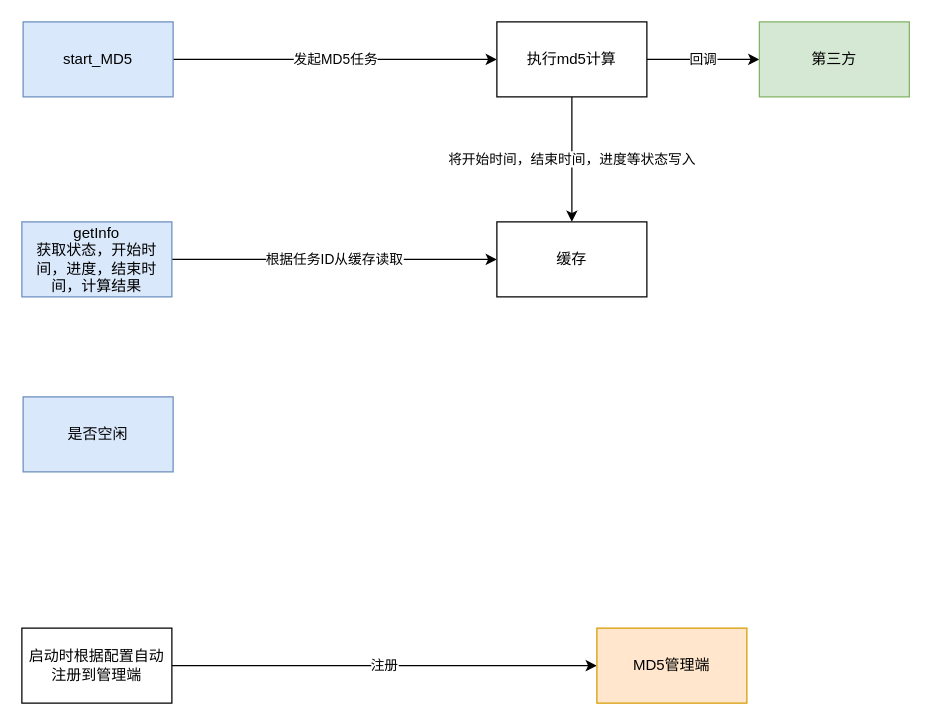
Before: page "MD5执行端" (1 of 3) of md5.drawio in yzykami/MD5_draw, a draw.io diagram. Source tidied: cells renumbered, new cells numbered last; positions are measured from the earlier drawing's top-left corner, leaving out a move shared by most shapes. Both pictures are drawn from the tidied source at 125%, with x=0, y=0 at pixel (21, 21).
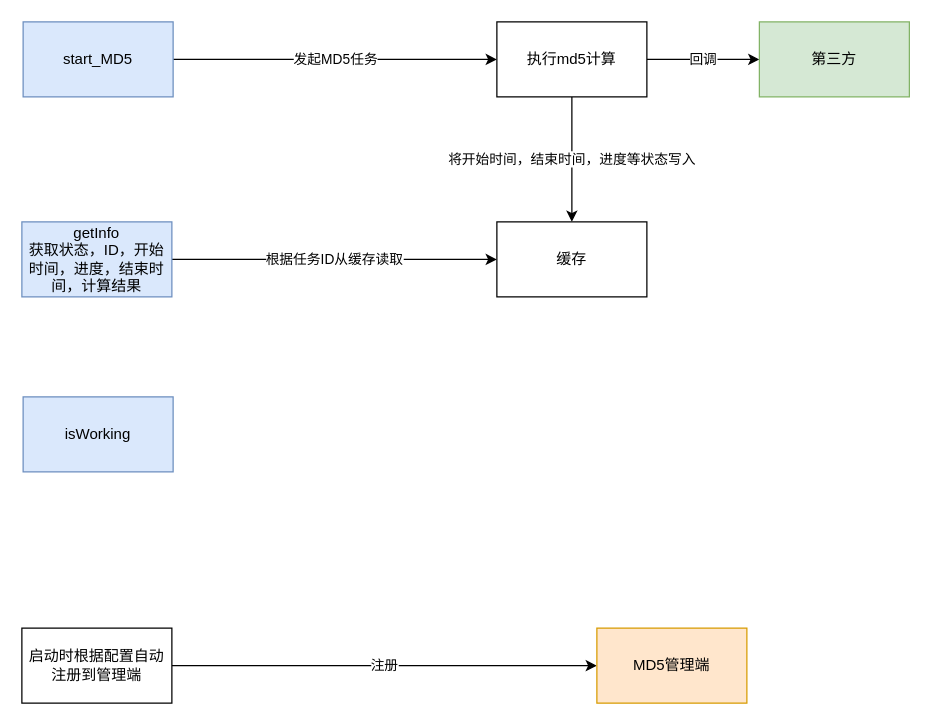
Above is the later version.

Diff of the diagram source:
```diff
@@
 <mxGraphModel>
   <root>
     <mxCell id="0" />
     <mxCell id="1" parent="0" />
     <mxCell id="2" value="发起MD5任务" style="edgeStyle=orthogonalEdgeStyle;rounded=0;jettySize=auto;html=1;entryX=0;entryY=0.5;entryDx=0;entryDy=0;" parent="1" edge="1" source="3" target="8">
       <mxGeometry relative="1" as="geometry" />
     </mxCell>
     <mxCell id="3" value="start_MD5" style="rounded=0;whiteSpace=wrap;html=1;fillColor=#dae8fc;strokeColor=#6c8ebf;" parent="1" vertex="1">
       <mxGeometry x="1" width="120" height="60" as="geometry" />
     </mxCell>
     <mxCell id="4" value="根据任务ID从缓存读取" style="edgeStyle=orthogonalEdgeStyle;rounded=0;jettySize=auto;html=1;" parent="1" edge="1" source="5" target="9">
       <mxGeometry relative="1" as="geometry" />
     </mxCell>
-    <mxCell id="5" value="getInfo&lt;br&gt;获取状态，开始时间，进度，结束时间，计算结果" style="rounded=0;whiteSpace=wrap;html=1;fillColor=#dae8fc;strokeColor=#6c8ebf;" parent="1" vertex="1">
+    <mxCell id="5" value="getInfo&lt;br&gt;获取状态，ID，开始时间，进度，结束时间，计算结果" style="rounded=0;whiteSpace=wrap;html=1;fillColor=#dae8fc;strokeColor=#6c8ebf;" parent="1" vertex="1">
       <mxGeometry y="160" width="120" height="60" as="geometry" />
     </mxCell>
     <mxCell id="6" value="将开始时间，结束时间，进度等状态写入" style="edgeStyle=orthogonalEdgeStyle;rounded=0;jettySize=auto;html=1;entryX=0.5;entryY=0;entryDx=0;entryDy=0;" parent="1" edge="1" source="8" target="9">
       <mxGeometry relative="1" as="geometry" />
     </mxCell>
     <mxCell id="7" value="回调" style="edgeStyle=orthogonalEdgeStyle;rounded=0;jettySize=auto;html=1;" parent="1" edge="1" source="8" target="10">
       <mxGeometry relative="1" as="geometry" />
     </mxCell>
     <mxCell id="8" value="执行md5计算" style="rounded=0;whiteSpace=wrap;html=1;" parent="1" vertex="1">
       <mxGeometry x="380" width="120" height="60" as="geometry" />
     </mxCell>
     <mxCell id="9" value="缓存" style="rounded=0;whiteSpace=wrap;html=1;" parent="1" vertex="1">
       <mxGeometry x="380" y="160" width="120" height="60" as="geometry" />
     </mxCell>
     <mxCell id="10" value="第三方" style="rounded=0;whiteSpace=wrap;html=1;fillColor=#d5e8d4;strokeColor=#82b366;" parent="1" vertex="1">
       <mxGeometry x="590" width="120" height="60" as="geometry" />
     </mxCell>
-    <mxCell id="11" value="是否空闲" style="rounded=0;whiteSpace=wrap;html=1;fillColor=#dae8fc;strokeColor=#6c8ebf;" parent="1" vertex="1">
+    <mxCell id="11" value="isWorking" style="rounded=0;whiteSpace=wrap;html=1;fillColor=#dae8fc;strokeColor=#6c8ebf;" parent="1" vertex="1">
       <mxGeometry x="1" y="300" width="120" height="60" as="geometry" />
     </mxCell>
     <mxCell id="12" value="注册" style="edgeStyle=orthogonalEdgeStyle;rounded=0;jettySize=auto;html=1;exitX=1;exitY=0.5;exitDx=0;exitDy=0;entryX=0;entryY=0.5;entryDx=0;entryDy=0;" parent="1" edge="1" source="13" target="14">
       <mxGeometry relative="1" as="geometry" />
     </mxCell>
     <mxCell id="13" value="启动时根据配置自动注册到管理端" style="rounded=0;whiteSpace=wrap;html=1;" parent="1" vertex="1">
       <mxGeometry y="485" width="120" height="60" as="geometry" />
     </mxCell>
     <mxCell id="14" value="MD5管理端" style="rounded=0;whiteSpace=wrap;html=1;fillColor=#ffe6cc;strokeColor=#d79b00;" parent="1" vertex="1">
       <mxGeometry x="460" y="485" width="120" height="60" as="geometry" />
     </mxCell>
   </root>
 </mxGraphModel>
```
